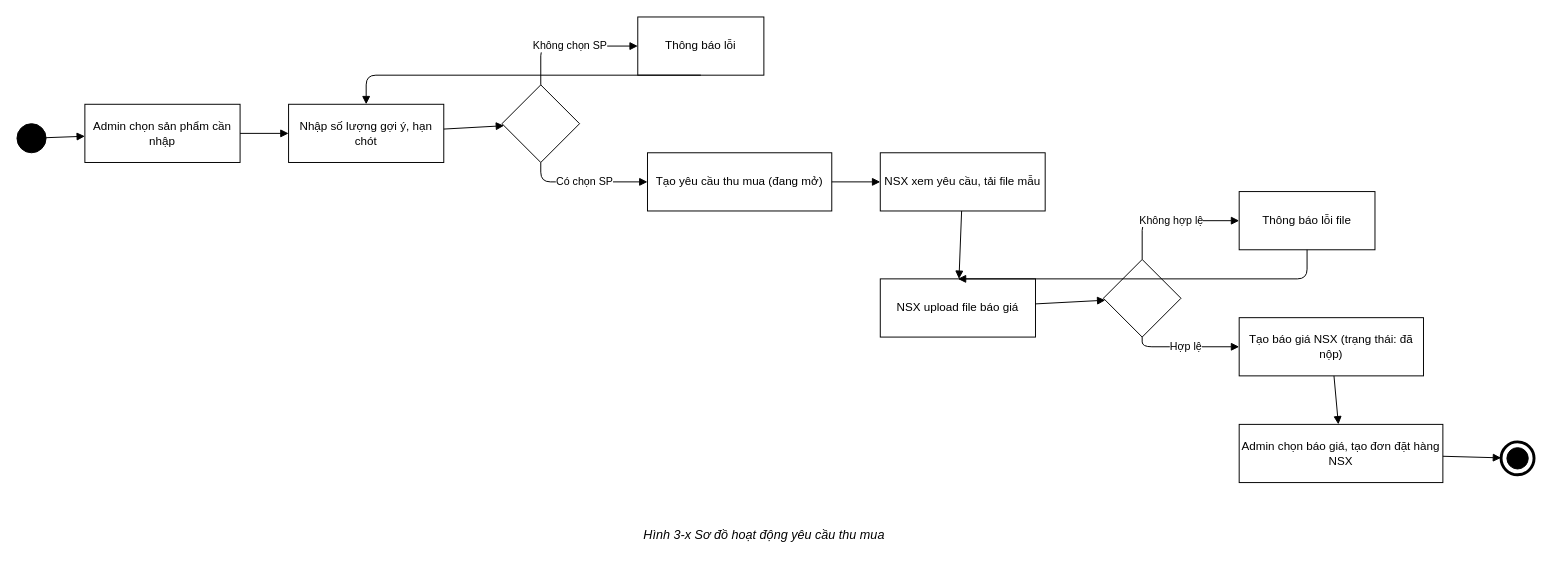
thien258/luanvantotnghiep keeps this draw.io diagram as app/Http/doc/activity/12-yeu-cau-thu-mua.drawio. Above is the earlier version. Source tidied: cells renumbered, new cells numbered last; positions are measured from the earlier drawing's top-left corner, leaving out a move shared by most shapes. Both pictures are drawn from the tidied source at 97%, with x=0, y=0 at pixel (16, 16).
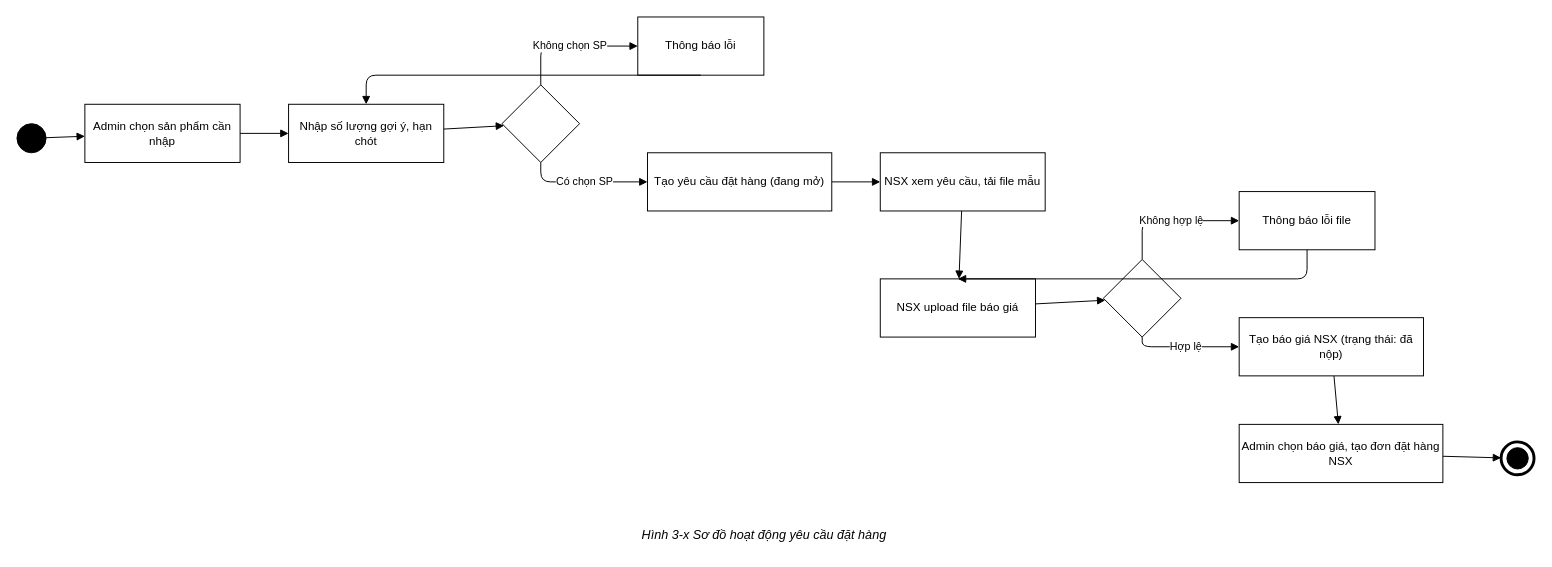
The same page after the edit.

The edit, as a diff of the source:
```diff
@@
-    <mxCell id="7" value="Tạo yêu cầu thu mua (đang mở)" style="rounded=0;whiteSpace=wrap;html=1;" parent="1" vertex="1">
+    <mxCell id="7" value="Tạo yêu cầu đặt hàng (đang mở)" style="rounded=0;whiteSpace=wrap;html=1;" parent="1" vertex="1">
       <mxGeometry x="650" y="140" width="190" height="60" as="geometry" />
     </mxCell>
@@
-    <mxCell id="30" value="Hình 3-x Sơ đồ hoạt động yêu cầu thu mua" style="text;html=1;strokeColor=none;fillColor=none;align=center;fontSize=13;fontStyle=2;" parent="1" vertex="1">
+    <mxCell id="30" value="Hình 3-x Sơ đồ hoạt động yêu cầu đặt hàng" style="text;html=1;strokeColor=none;fillColor=none;align=center;fontSize=13;fontStyle=2;" parent="1" vertex="1">
       <mxGeometry x="470" y="520" width="600" height="30" as="geometry" />
     </mxCell>
```
